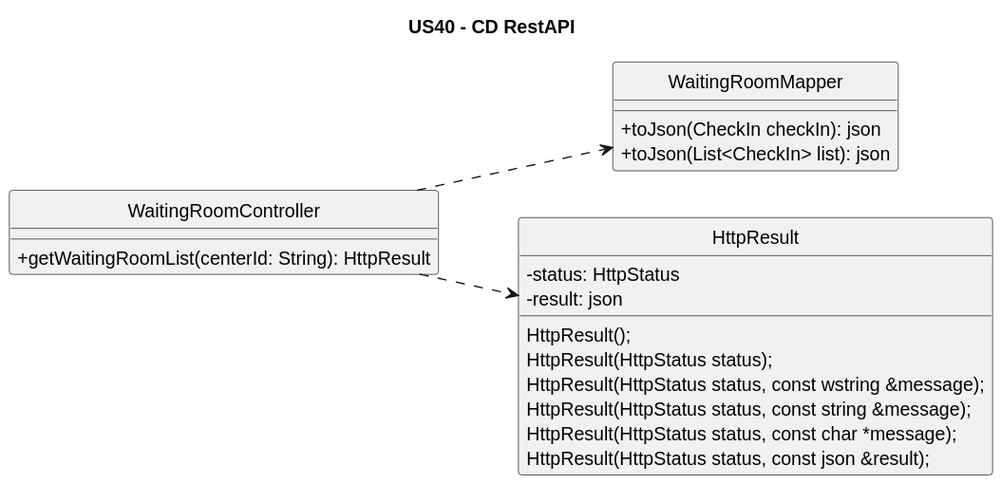
This is docs/system-documentation/US40/svg/US40-CD-RestAPI.svg from luluisfcm/leti-esoft-25-26-B5, a PlantUML export, as it was before one commit. Source of this version:
```plantuml
@startuml
left to right direction

hide circle
skinparam classAttributeIconSize 0

title US40 - CD RestAPI

class WaitingRoomController {
    +getWaitingRoomList(centerId: String): HttpResult
}

class WaitingRoomMapper {
    +toJson(CheckIn checkIn): json
    +toJson(List<CheckIn> list): json
}

class HttpResult {
    -status: HttpStatus
    -result: json
    HttpResult();
    HttpResult(HttpStatus status);
    HttpResult(HttpStatus status, const wstring &message);
    HttpResult(HttpStatus status, const string &message);
    HttpResult(HttpStatus status, const char *message);
    HttpResult(HttpStatus status, const json &result);
}

WaitingRoomController ..> WaitingRoomMapper
WaitingRoomController ..> HttpResult
@enduml
```
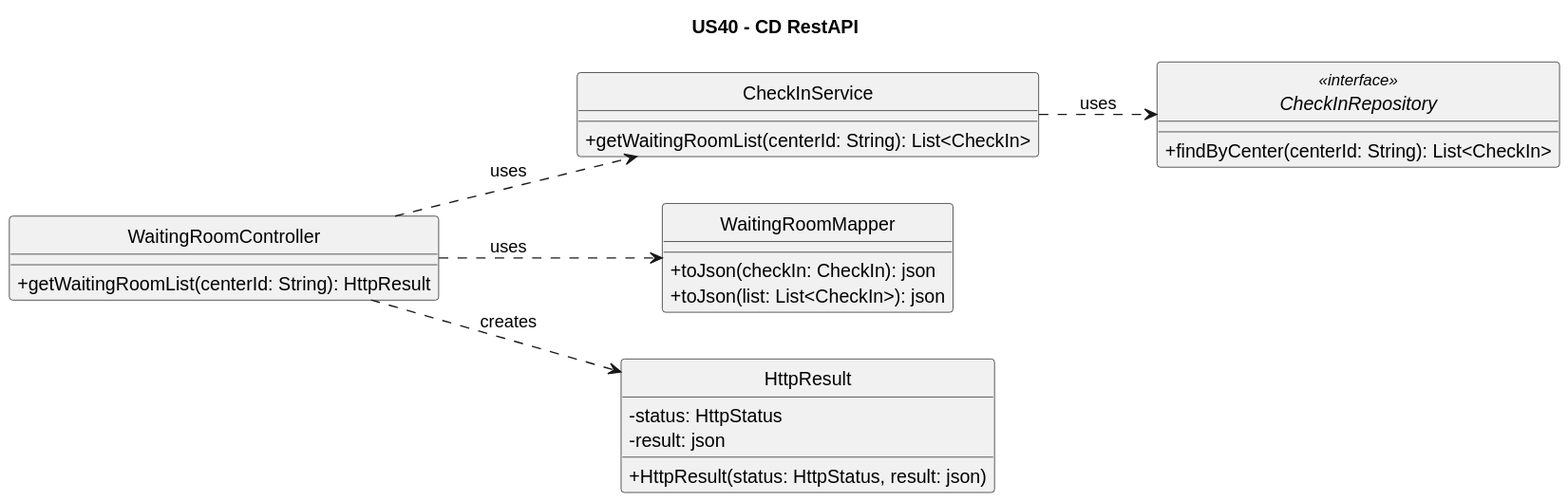
After the change.

The edit, as a diff of the source:
```diff
@@ -1,6 +1,5 @@
 @startuml
 left to right direction
-
 hide circle
 skinparam classAttributeIconSize 0
 
@@ -10,22 +9,27 @@
     +getWaitingRoomList(centerId: String): HttpResult
 }
 
+class CheckInService {
+    +getWaitingRoomList(centerId: String): List<CheckIn>
+}
+
+interface CheckInRepository <<interface>> {
+    +findByCenter(centerId: String): List<CheckIn>
+}
+
 class WaitingRoomMapper {
-    +toJson(CheckIn checkIn): json
-    +toJson(List<CheckIn> list): json
+    +toJson(checkIn: CheckIn): json
+    +toJson(list: List<CheckIn>): json
 }
 
 class HttpResult {
     -status: HttpStatus
     -result: json
-    HttpResult();
-    HttpResult(HttpStatus status);
-    HttpResult(HttpStatus status, const wstring &message);
-    HttpResult(HttpStatus status, const string &message);
-    HttpResult(HttpStatus status, const char *message);
-    HttpResult(HttpStatus status, const json &result);
+    +HttpResult(status: HttpStatus, result: json)
 }
 
-WaitingRoomController ..> WaitingRoomMapper
-WaitingRoomController ..> HttpResult
+WaitingRoomController ..> CheckInService : uses
+WaitingRoomController ..> WaitingRoomMapper : uses
+WaitingRoomController ..> HttpResult : creates
+CheckInService ..> CheckInRepository : uses
 @enduml
```
